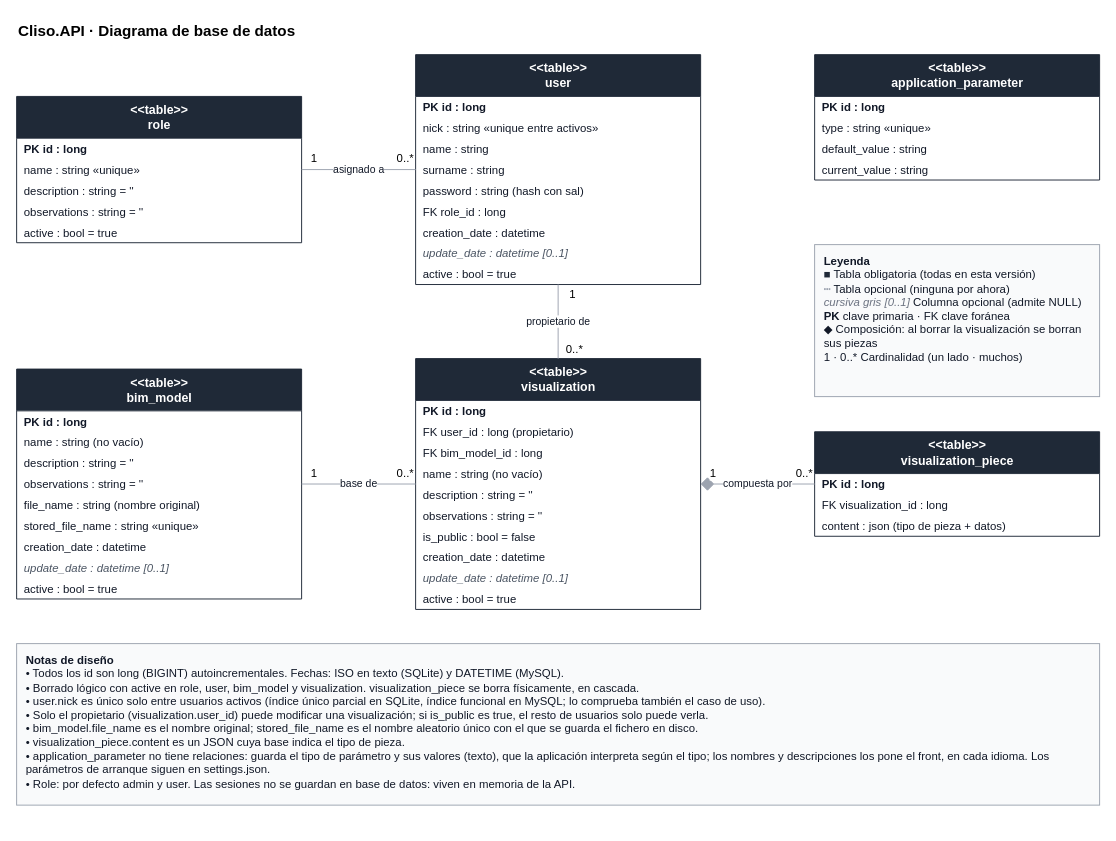
Aaron-B-D/Cliso keeps this draw.io diagram as Documentation/Database/[Diseño] Cliso.API - Base de datos.drawio. Above is the earlier version. Source tidied: cells renumbered, new cells numbered last; positions are measured from the earlier drawing's top-left corner, leaving out a move shared by most shapes. Both pictures are drawn from the tidied source at 95%, with x=0, y=0 at pixel (16, 16).
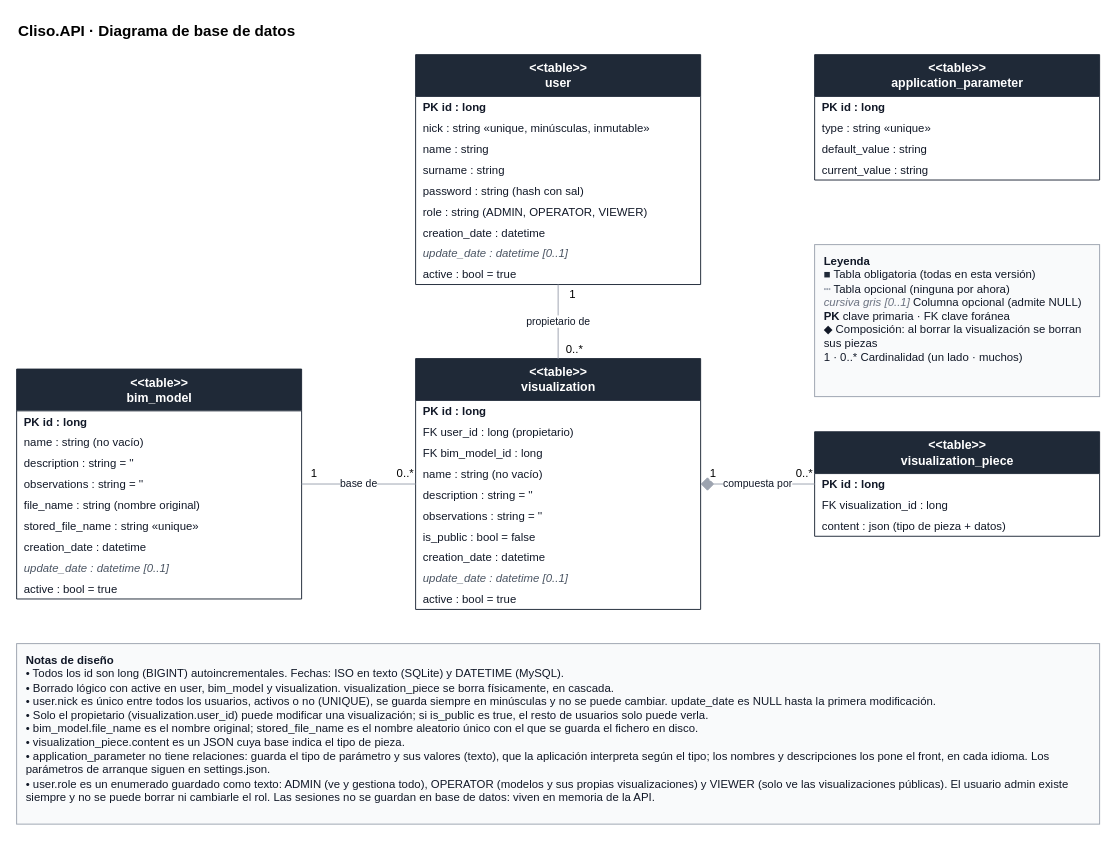
After the change.

The change refers to these unchanged cells:
```xml
<mxCell id="9" value="&amp;lt;&amp;lt;table&amp;gt;&amp;gt;&lt;br&gt;user" style="swimlane;fontStyle=1;align=center;verticalAlign=middle;horizontal=1;startSize=44;html=1;fillColor=#1f2937;fontColor=#ffffff;strokeColor=#1f2937;swimlaneFillColor=#ffffff;fontSize=13;" parent="1" vertex="1">
  <mxGeometry x="420" y="40" width="300" height="242" as="geometry" />
</mxCell>
```

Change to the diagram source:
```diff
@@
-    <mxCell id="3" value="&amp;lt;&amp;lt;table&amp;gt;&amp;gt;&lt;br&gt;role" style="swimlane;fontStyle=1;align=center;verticalAlign=middle;horizontal=1;startSize=44;html=1;fillColor=#1f2937;fontColor=#ffffff;strokeColor=#1f2937;swimlaneFillColor=#ffffff;fontSize=13;" parent="1" vertex="1">
-      <mxGeometry y="84" width="300" height="154" as="geometry" />
-    </mxCell>
-    <mxCell id="4" value="PK  id : long" style="text;strokeColor=none;fillColor=none;align=left;verticalAlign=middle;spacingLeft=6;spacingRight=4;overflow=hidden;fontSize=12;fontStyle=1;fontColor=#111827;" parent="3" vertex="1">
-      <mxGeometry y="44" width="300" height="22" as="geometry" />
-    </mxCell>
-    <mxCell id="5" value="name : string  «unique»" style="text;strokeColor=none;fillColor=none;align=left;verticalAlign=middle;spacingLeft=6;spacingRight=4;overflow=hidden;fontSize=12;fontColor=#111827;" parent="3" vertex="1">
-      <mxGeometry y="66" width="300" height="22" as="geometry" />
-    </mxCell>
-    <mxCell id="6" value="description : string = ''" style="text;strokeColor=none;fillColor=none;align=left;verticalAlign=middle;spacingLeft=6;spacingRight=4;overflow=hidden;fontSize=12;fontColor=#111827;" parent="3" vertex="1">
-      <mxGeometry y="88" width="300" height="22" as="geometry" />
-    </mxCell>
-    <mxCell id="7" value="observations : string = ''" style="text;strokeColor=none;fillColor=none;align=left;verticalAlign=middle;spacingLeft=6;spacingRight=4;overflow=hidden;fontSize=12;fontColor=#111827;" parent="3" vertex="1">
-      <mxGeometry y="110" width="300" height="22" as="geometry" />
-    </mxCell>
-    <mxCell id="8" value="active : bool = true" style="text;strokeColor=none;fillColor=none;align=left;verticalAlign=middle;spacingLeft=6;spacingRight=4;overflow=hidden;fontSize=12;fontColor=#111827;" parent="3" vertex="1">
-      <mxGeometry y="132" width="300" height="22" as="geometry" />
-    </mxCell>
@@
-    <mxCell id="11" value="nick : string  «unique entre activos»" style="text;strokeColor=none;fillColor=none;align=left;verticalAlign=middle;spacingLeft=6;spacingRight=4;overflow=hidden;fontSize=12;fontColor=#111827;" parent="9" vertex="1">
+    <mxCell id="11" value="nick : string  «unique, minúsculas, inmutable»" style="text;strokeColor=none;fillColor=none;align=left;verticalAlign=middle;spacingLeft=6;spacingRight=4;overflow=hidden;fontSize=12;fontColor=#111827;" parent="9" vertex="1">
       <mxGeometry y="66" width="300" height="22" as="geometry" />
     </mxCell>
@@
-    <mxCell id="15" value="FK  role_id : long" style="text;strokeColor=none;fillColor=none;align=left;verticalAlign=middle;spacingLeft=6;spacingRight=4;overflow=hidden;fontSize=12;fontColor=#111827;" parent="9" vertex="1">
+    <mxCell id="15" value="role : string  (ADMIN, OPERATOR, VIEWER)" style="text;strokeColor=none;fillColor=none;align=left;verticalAlign=middle;spacingLeft=6;spacingRight=4;overflow=hidden;fontSize=12;fontColor=#111827;" parent="9" vertex="1">
       <mxGeometry y="154" width="300" height="22" as="geometry" />
     </mxCell>
@@
-    <mxCell id="49" value="asignado a" style="endArrow=none;html=1;edgeStyle=orthogonalEdgeStyle;rounded=0;strokeColor=#9ca3af;fontSize=11;fontColor=#111827;labelBackgroundColor=#ffffff;exitX=1;exitY=0.5;exitDx=0;exitDy=0;entryX=0;entryY=0.5;entryDx=0;entryDy=0;" parent="1" edge="1" source="3" target="9">
-      <mxGeometry relative="1" as="geometry" />
-    </mxCell>
-    <mxCell id="50" value="1" style="edgeLabel;html=1;align=center;verticalAlign=middle;fontSize=12;" parent="49" vertex="1">
-      <mxGeometry x="-0.8" relative="1" as="geometry">
-        <mxPoint y="-12" as="offset" />
-      </mxGeometry>
-    </mxCell>
-    <mxCell id="51" value="0..*" style="edgeLabel;html=1;align=center;verticalAlign=middle;fontSize=12;" parent="49" vertex="1">
-      <mxGeometry x="0.8" relative="1" as="geometry">
-        <mxPoint y="-12" as="offset" />
-      </mxGeometry>
-    </mxCell>
@@
-    <mxCell id="62" value="&lt;b&gt;Notas de diseño&lt;/b&gt;&lt;br&gt;• Todos los id son long (BIGINT) autoincrementales. Fechas: ISO en texto (SQLite) y DATETIME (MySQL).&lt;br&gt;• Borrado lógico con active en role, user, bim_model y visualization. visualization_piece se borra físicamente, en cascada.&lt;br&gt;• user.nick es único solo entre usuarios activos (índice único parcial en SQLite, índice funcional en MySQL; lo comprueba también el caso de uso).&lt;br&gt;• Solo el propietario (visualization.user_id) puede modificar una visualización; si is_public es true, el resto de usuarios solo puede verla.&lt;br&gt;• bim_model.file_name es el nombre original; stored_file_name es el nombre aleatorio único con el que se guarda el fichero en disco.&lt;br&gt;• visualization_piece.content es un JSON cuya base indica el tipo de pieza.&lt;br&gt;• application_parameter no tiene relaciones: guarda el tipo de parámetro y sus valores (texto), que la aplicación interpreta según el tipo; los nombres y descripciones los pone el front, en cada idioma. Los parámetros de arranque siguen en settings.json.&lt;br&gt;• Role: por defecto admin y user. Las sesiones no se guardan en base de datos: viven en memoria de la API." style="rounded=0;whiteSpace=wrap;html=1;align=left;verticalAlign=top;spacingLeft=8;spacingTop=4;fillColor=#f9fafb;strokeColor=#9ca3af;fontSize=12;fontColor=#111827;" parent="1" vertex="1">
-      <mxGeometry y="660" width="1140" height="170" as="geometry" />
+    <mxCell id="62" value="&lt;b&gt;Notas de diseño&lt;/b&gt;&lt;br&gt;• Todos los id son long (BIGINT) autoincrementales. Fechas: ISO en texto (SQLite) y DATETIME (MySQL).&lt;br&gt;• Borrado lógico con active en user, bim_model y visualization. visualization_piece se borra físicamente, en cascada.&lt;br&gt;• user.nick es único entre todos los usuarios, activos o no (UNIQUE), se guarda siempre en minúsculas y no se puede cambiar. update_date es NULL hasta la primera modificación.&lt;br&gt;• Solo el propietario (visualization.user_id) puede modificar una visualización; si is_public es true, el resto de usuarios solo puede verla.&lt;br&gt;• bim_model.file_name es el nombre original; stored_file_name es el nombre aleatorio único con el que se guarda el fichero en disco.&lt;br&gt;• visualization_piece.content es un JSON cuya base indica el tipo de pieza.&lt;br&gt;• application_parameter no tiene relaciones: guarda el tipo de parámetro y sus valores (texto), que la aplicación interpreta según el tipo; los nombres y descripciones los pone el front, en cada idioma. Los parámetros de arranque siguen en settings.json.&lt;br&gt;• user.role es un enumerado guardado como texto: ADMIN (ve y gestiona todo), OPERATOR (modelos y sus propias visualizaciones) y VIEWER (solo ve las visualizaciones públicas). El usuario admin existe siempre y no se puede borrar ni cambiarle el rol. Las sesiones no se guardan en base de datos: viven en memoria de la API." style="rounded=0;whiteSpace=wrap;html=1;align=left;verticalAlign=top;spacingLeft=8;spacingTop=4;fillColor=#f9fafb;strokeColor=#9ca3af;fontSize=12;fontColor=#111827;" parent="1" vertex="1">
+      <mxGeometry y="660" width="1140" height="190" as="geometry" />
     </mxCell>
```
